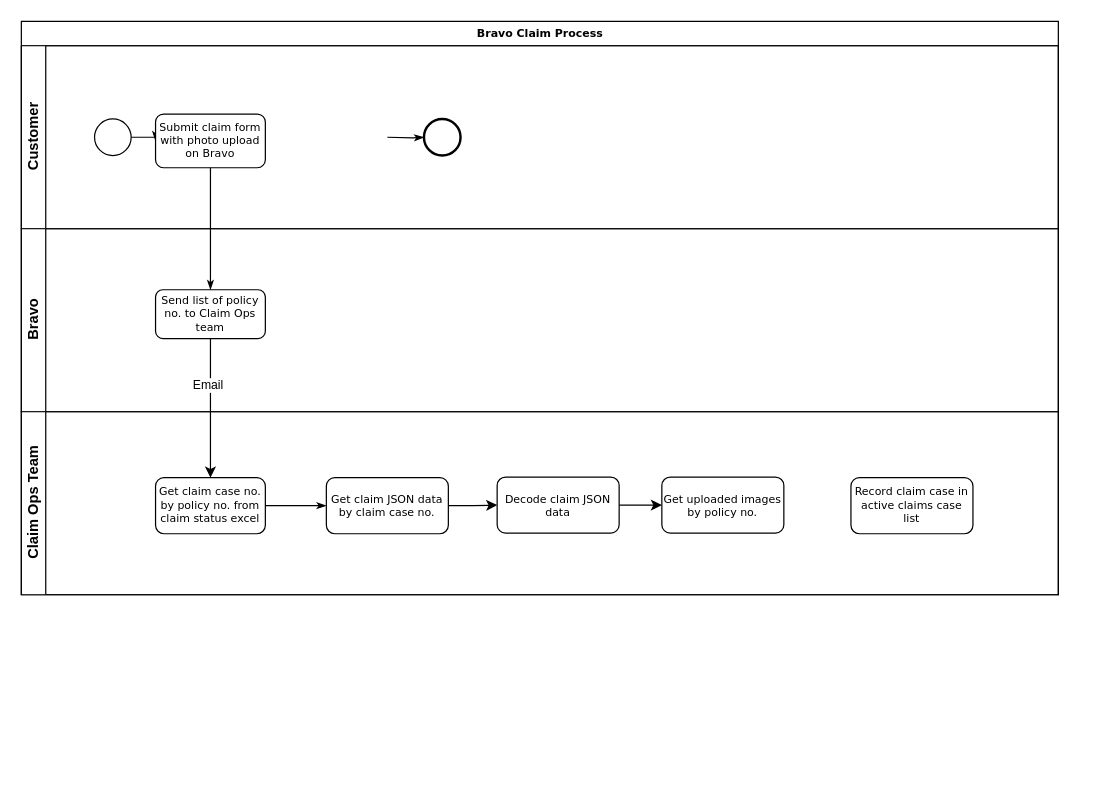
Above: page "Existing" (1 of 2) of Bravo Claim Process.drawio in whalebig27/change-request-process-diagram (draw.io), before the change. Source tidied: cells renumbered, new cells numbered last; positions are measured from the earlier drawing's top-left corner, leaving out a move shared by most shapes. Both pictures are drawn from the tidied source at 122%, with x=0, y=0 at pixel (21, 21).
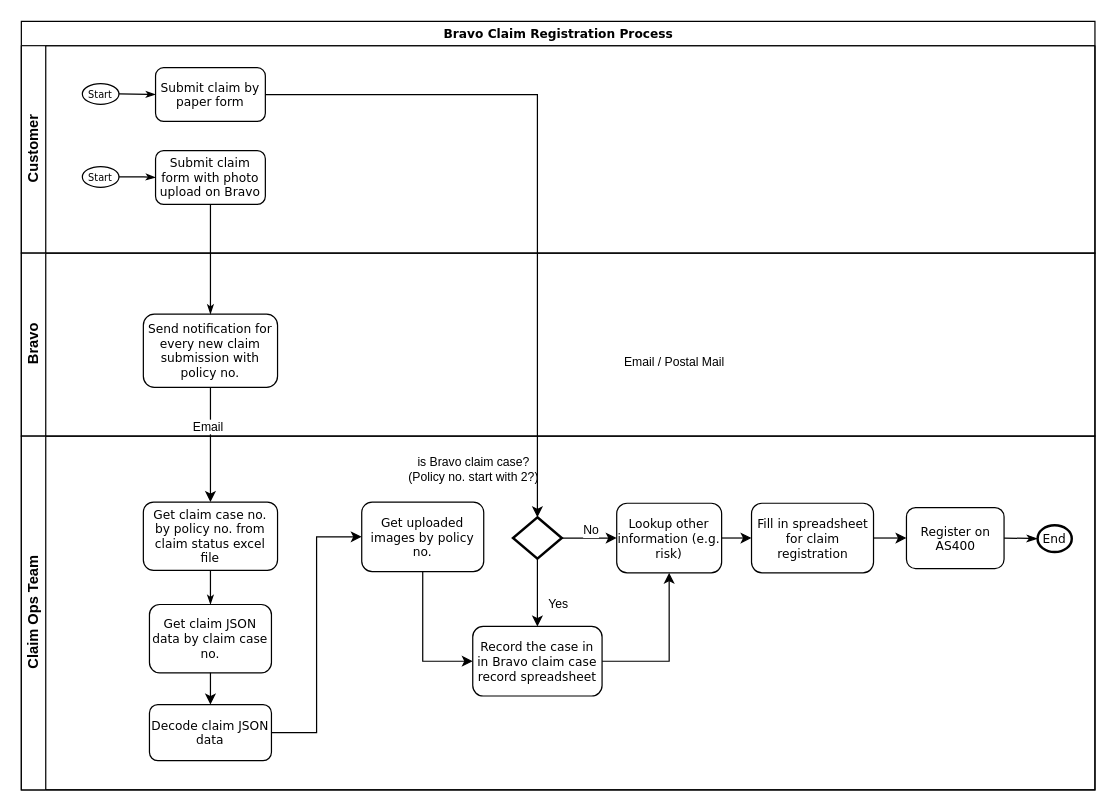
The same page after the edit.

What changed in the source:
```diff
@@
-    <mxCell id="2" value="Bravo Claim Process" style="swimlane;html=1;horizontal=1;startSize=20;rounded=0;shadow=0;labelBackgroundColor=none;strokeColor=#000000;strokeWidth=1;fillColor=#ffffff;fontFamily=Verdana;fontSize=9;fontColor=#000000;align=center;" parent="1" vertex="1">
-      <mxGeometry width="850" height="470" as="geometry" />
+    <mxCell id="2" value="Bravo Claim Registration Process" style="swimlane;html=1;horizontal=1;startSize=20;rounded=0;shadow=0;labelBackgroundColor=none;strokeColor=#000000;strokeWidth=1;fillColor=#ffffff;fontFamily=Verdana;fontSize=10;fontColor=#000000;align=center;" parent="1" vertex="1">
+      <mxGeometry width="880" height="630" as="geometry" />
     </mxCell>
     <mxCell id="3" value="Customer" style="swimlane;html=1;startSize=20;horizontal=0;" parent="2" vertex="1">
-      <mxGeometry y="20" width="850" height="150" as="geometry" />
+      <mxGeometry y="20" width="880" height="170" as="geometry" />
     </mxCell>
@@
-    <mxCell id="5" style="ellipse;whiteSpace=wrap;html=1;rounded=0;shadow=0;labelBackgroundColor=none;strokeColor=#000000;strokeWidth=1;fillColor=#ffffff;fontFamily=Verdana;fontSize=8;fontColor=#000000;align=center;" parent="3" vertex="1">
-      <mxGeometry x="60" y="60" width="30" height="30" as="geometry" />
+    <mxCell id="5" value="Start" style="ellipse;whiteSpace=wrap;html=1;rounded=0;shadow=0;labelBackgroundColor=none;strokeColor=#000000;strokeWidth=1;fillColor=#ffffff;fontFamily=Verdana;fontSize=8;fontColor=#000000;align=center;" parent="3" vertex="1">
+      <mxGeometry x="50" y="99" width="30" height="17" as="geometry" />
     </mxCell>
-    <mxCell id="6" value="Submit claim form with photo upload on Bravo" style="rounded=1;whiteSpace=wrap;html=1;shadow=0;labelBackgroundColor=none;strokeColor=#000000;strokeWidth=1;fillColor=#ffffff;fontFamily=Verdana;fontSize=9;fontColor=#000000;align=center;" parent="3" vertex="1">
-      <mxGeometry x="110" y="56" width="90" height="44" as="geometry" />
+    <mxCell id="6" value="Submit claim form with photo upload on Bravo" style="rounded=1;whiteSpace=wrap;html=1;shadow=0;labelBackgroundColor=none;strokeColor=#000000;strokeWidth=1;fillColor=#ffffff;fontFamily=Verdana;fontSize=10;fontColor=#000000;align=center;" parent="3" vertex="1">
+      <mxGeometry x="110" y="86" width="90" height="44" as="geometry" />
     </mxCell>
-    <mxCell id="7" style="edgeStyle=orthogonalEdgeStyle;rounded=0;html=1;labelBackgroundColor=none;startArrow=none;startFill=0;startSize=5;endArrow=classicThin;endFill=1;endSize=5;jettySize=auto;strokeColor=#000000;strokeWidth=1;fontFamily=Verdana;fontSize=8;fontColor=#000000;" parent="3" edge="1" target="8">
-      <mxGeometry relative="1" as="geometry">
-        <mxPoint x="300" y="75" as="sourcePoint" />
-      </mxGeometry>
-    </mxCell>
-    <mxCell id="8" style="ellipse;whiteSpace=wrap;html=1;rounded=0;shadow=0;labelBackgroundColor=none;strokeColor=#000000;strokeWidth=2;fillColor=#ffffff;fontFamily=Verdana;fontSize=8;fontColor=#000000;align=center;" parent="3" vertex="1">
-      <mxGeometry x="330" y="60" width="30" height="30" as="geometry" />
-    </mxCell>
+    <mxCell id="23" value="Start" style="ellipse;whiteSpace=wrap;html=1;rounded=0;shadow=0;labelBackgroundColor=none;strokeColor=#000000;strokeWidth=1;fillColor=#ffffff;fontFamily=Verdana;fontSize=8;fontColor=#000000;align=center;" parent="3" vertex="1">
+      <mxGeometry x="50" y="31" width="30" height="17" as="geometry" />
+    </mxCell>
+    <mxCell id="24" value="Submit claim by paper form" style="rounded=1;whiteSpace=wrap;html=1;shadow=0;labelBackgroundColor=none;strokeColor=#000000;strokeWidth=1;fillColor=#ffffff;fontFamily=Verdana;fontSize=10;fontColor=#000000;align=center;" parent="3" vertex="1">
+      <mxGeometry x="110" y="18" width="90" height="44" as="geometry" />
+    </mxCell>
+    <mxCell id="25" style="rounded=0;html=1;labelBackgroundColor=none;startArrow=none;startFill=0;startSize=5;endArrow=classicThin;endFill=1;endSize=5;jettySize=auto;strokeColor=#000000;strokeWidth=1;fontFamily=Verdana;fontSize=8;fontColor=#000000;exitX=1;exitY=0.5;exitDx=0;exitDy=0;entryX=0;entryY=0.5;entryDx=0;entryDy=0;" parent="3" edge="1" source="23" target="24">
+      <mxGeometry relative="1" as="geometry" />
+    </mxCell>
     <mxCell id="9" value="Bravo" style="swimlane;html=1;startSize=20;horizontal=0;" parent="2" vertex="1">
-      <mxGeometry y="170" width="850" height="150" as="geometry" />
+      <mxGeometry y="190" width="880" height="150" as="geometry" />
     </mxCell>
-    <mxCell id="10" value="Send list of policy no. to Claim Ops team" style="rounded=1;whiteSpace=wrap;html=1;shadow=0;labelBackgroundColor=none;strokeColor=#000000;strokeWidth=1;fillColor=#ffffff;fontFamily=Verdana;fontSize=9;fontColor=#000000;align=center;" parent="9" vertex="1">
-      <mxGeometry x="110" y="50" width="90" height="40" as="geometry" />
+    <mxCell id="10" value="Send notification for every new claim submission with policy no." style="rounded=1;whiteSpace=wrap;html=1;shadow=0;labelBackgroundColor=none;strokeColor=#000000;strokeWidth=1;fillColor=#ffffff;fontFamily=Verdana;fontSize=10;fontColor=#000000;align=center;" parent="9" vertex="1">
+      <mxGeometry x="100" y="50" width="110" height="60" as="geometry" />
     </mxCell>
+    <mxCell id="20" style="edgeStyle=orthogonalEdgeStyle;rounded=0;html=1;labelBackgroundColor=none;startArrow=none;startFill=0;startSize=5;endArrow=classicThin;endFill=1;endSize=5;jettySize=auto;strokeColor=#000000;strokeWidth=1;fontFamily=Verdana;fontSize=8;fontColor=#000000;" parent="2" edge="1" source="6" target="10">
+      <mxGeometry relative="1" as="geometry" />
+    </mxCell>
     <mxCell id="11" value="Claim Ops Team" style="swimlane;html=1;startSize=20;horizontal=0;" parent="2" vertex="1">
-      <mxGeometry y="320" width="850" height="150" as="geometry" />
+      <mxGeometry y="340" width="880" height="290" as="geometry" />
     </mxCell>
-    <mxCell id="12" value="Get claim case no. by policy no. from claim status excel" style="rounded=1;whiteSpace=wrap;html=1;shadow=0;labelBackgroundColor=none;strokeColor=#000000;strokeWidth=1;fillColor=#ffffff;fontFamily=Verdana;fontSize=9;fontColor=#000000;align=center;" parent="11" vertex="1">
-      <mxGeometry x="110" y="54" width="90" height="46" as="geometry" />
+    <mxCell id="12" value="Get claim case no. by policy no. from claim status excel file" style="rounded=1;whiteSpace=wrap;html=1;shadow=0;labelBackgroundColor=none;strokeColor=#000000;strokeWidth=1;fillColor=#ffffff;fontFamily=Verdana;fontSize=10;fontColor=#000000;align=center;" parent="11" vertex="1">
+      <mxGeometry x="100" y="54" width="110" height="56" as="geometry" />
     </mxCell>
-    <mxCell id="13" style="edgeStyle=orthogonalEdgeStyle;rounded=0;jettySize=auto;html=1;fontSize=9;" parent="11" edge="1" source="14" target="17">
-      <mxGeometry relative="1" as="geometry" />
-    </mxCell>
-    <mxCell id="14" value="Get claim JSON data by claim case no." style="rounded=1;whiteSpace=wrap;html=1;shadow=0;labelBackgroundColor=none;strokeColor=#000000;strokeWidth=1;fillColor=#ffffff;fontFamily=Verdana;fontSize=9;fontColor=#000000;align=center;" parent="11" vertex="1">
-      <mxGeometry x="250" y="54" width="100" height="46" as="geometry" />
+    <mxCell id="14" value="Get claim JSON data by claim case no." style="rounded=1;whiteSpace=wrap;html=1;shadow=0;labelBackgroundColor=none;strokeColor=#000000;strokeWidth=1;fillColor=#ffffff;fontFamily=Verdana;fontSize=10;fontColor=#000000;align=center;" parent="11" vertex="1">
+      <mxGeometry x="105" y="138" width="100" height="56" as="geometry" />
     </mxCell>
@@
-    <mxCell id="16" style="edgeStyle=orthogonalEdgeStyle;rounded=0;jettySize=auto;html=1;entryX=0;entryY=0.5;entryDx=0;entryDy=0;fontSize=9;" parent="11" edge="1" source="17" target="18">
-      <mxGeometry relative="1" as="geometry" />
-    </mxCell>
-    <mxCell id="17" value="Decode claim JSON data" style="rounded=1;whiteSpace=wrap;html=1;shadow=0;labelBackgroundColor=none;strokeColor=#000000;strokeWidth=1;fillColor=#ffffff;fontFamily=Verdana;fontSize=9;fontColor=#000000;align=center;" parent="11" vertex="1">
-      <mxGeometry x="390" y="53.5" width="100" height="46" as="geometry" />
-    </mxCell>
+    <mxCell id="26" style="rounded=0;jettySize=auto;html=1;entryX=0;entryY=0.5;entryDx=0;entryDy=0;fontSize=9;exitX=1;exitY=0.5;exitDx=0;exitDy=0;" parent="11" edge="1" source="29" target="31">
+      <mxGeometry relative="1" as="geometry" />
+    </mxCell>
+    <mxCell id="27" style="edgeStyle=orthogonalEdgeStyle;rounded=0;jettySize=auto;html=1;entryX=0;entryY=0.5;entryDx=0;entryDy=0;fontSize=10;" parent="11" edge="1" source="18" target="37">
+      <mxGeometry relative="1" as="geometry" />
+    </mxCell>
-    <mxCell id="18" value="Get uploaded images by policy no." style="rounded=1;whiteSpace=wrap;html=1;shadow=0;labelBackgroundColor=none;strokeColor=#000000;strokeWidth=1;fillColor=#ffffff;fontFamily=Verdana;fontSize=9;fontColor=#000000;align=center;" parent="11" vertex="1">
-      <mxGeometry x="525" y="53.5" width="100" height="46" as="geometry" />
+    <mxCell id="18" value="Get uploaded images by policy no." style="rounded=1;whiteSpace=wrap;html=1;shadow=0;labelBackgroundColor=none;strokeColor=#000000;strokeWidth=1;fillColor=#ffffff;fontFamily=Verdana;fontSize=10;fontColor=#000000;align=center;" parent="11" vertex="1">
+      <mxGeometry x="279" y="54" width="100" height="57" as="geometry" />
     </mxCell>
-    <mxCell id="19" value="Record claim case in active claims case list" style="rounded=1;whiteSpace=wrap;html=1;shadow=0;labelBackgroundColor=none;strokeColor=#000000;strokeWidth=1;fillColor=#ffffff;fontFamily=Verdana;fontSize=9;fontColor=#000000;align=center;" parent="11" vertex="1">
-      <mxGeometry x="680" y="54" width="100" height="46" as="geometry" />
-    </mxCell>
-    <mxCell id="20" style="edgeStyle=orthogonalEdgeStyle;rounded=0;html=1;labelBackgroundColor=none;startArrow=none;startFill=0;startSize=5;endArrow=classicThin;endFill=1;endSize=5;jettySize=auto;strokeColor=#000000;strokeWidth=1;fontFamily=Verdana;fontSize=8;fontColor=#000000;" parent="2" edge="1" source="6" target="10">
-      <mxGeometry relative="1" as="geometry" />
-    </mxCell>
+    <mxCell id="28" value="Register on AS400" style="rounded=1;whiteSpace=wrap;html=1;shadow=0;labelBackgroundColor=none;strokeColor=#000000;strokeWidth=1;fillColor=#ffffff;fontFamily=Verdana;fontSize=10;fontColor=#000000;align=center;" parent="11" vertex="1">
+      <mxGeometry x="725.5" y="58.5" width="80" height="50" as="geometry" />
+    </mxCell>
+    <mxCell id="29" value="Lookup other information (e.g. risk)" style="rounded=1;whiteSpace=wrap;html=1;shadow=0;labelBackgroundColor=none;strokeColor=#000000;strokeWidth=1;fillColor=#ffffff;fontFamily=Verdana;fontSize=10;fontColor=#000000;align=center;" parent="11" vertex="1">
+      <mxGeometry x="488" y="55" width="86" height="57" as="geometry" />
+    </mxCell>
+    <mxCell id="30" value="No" style="rounded=0;jettySize=auto;html=1;entryX=0;entryY=0.5;entryDx=0;entryDy=0;fontSize=10;exitX=1;exitY=0.5;exitDx=0;exitDy=0;exitPerimeter=0;" parent="11" edge="1" source="35" target="29">
+      <mxGeometry x="0.08" y="8" relative="1" as="geometry">
+        <mxPoint y="1" as="offset" />
+      </mxGeometry>
+    </mxCell>
+    <mxCell id="31" value="Fill in spreadsheet for claim registration" style="rounded=1;whiteSpace=wrap;html=1;shadow=0;labelBackgroundColor=none;strokeColor=#000000;strokeWidth=1;fillColor=#ffffff;fontFamily=Verdana;fontSize=10;fontColor=#000000;align=center;" parent="11" vertex="1">
+      <mxGeometry x="598.5" y="55" width="100" height="57" as="geometry" />
+    </mxCell>
+    <mxCell id="32" style="rounded=0;jettySize=auto;html=1;entryX=0;entryY=0.5;entryDx=0;entryDy=0;fontSize=9;exitX=1;exitY=0.5;exitDx=0;exitDy=0;" parent="11" edge="1" source="31" target="28">
+      <mxGeometry relative="1" as="geometry" />
+    </mxCell>
+    <mxCell id="33" style="edgeStyle=none;rounded=0;jettySize=auto;html=1;entryX=0.5;entryY=0;entryDx=0;entryDy=0;fontSize=10;" parent="11" edge="1" source="35" target="37">
+      <mxGeometry relative="1" as="geometry" />
+    </mxCell>
+    <mxCell id="34" value="Yes" style="text;html=1;align=center;verticalAlign=middle;labelBackgroundColor=#ffffff;fontSize=10;" parent="33" vertex="1">
+      <mxGeometry x="0.6" y="-3" relative="1" as="geometry">
+        <mxPoint x="19" y="-8.5" as="offset" />
+      </mxGeometry>
+    </mxCell>
+    <mxCell id="35" style="strokeWidth=2;html=1;shape=mxgraph.flowchart.decision;whiteSpace=wrap;fontSize=10;" parent="11" vertex="1">
+      <mxGeometry x="403" y="66.5" width="40" height="34" as="geometry" />
+    </mxCell>
+    <mxCell id="36" style="edgeStyle=orthogonalEdgeStyle;rounded=0;jettySize=auto;html=1;fontSize=10;" parent="11" edge="1" source="37" target="29">
+      <mxGeometry relative="1" as="geometry" />
+    </mxCell>
+    <mxCell id="37" value="Record the case in in Bravo claim case record spreadsheet" style="rounded=1;whiteSpace=wrap;html=1;shadow=0;labelBackgroundColor=none;strokeColor=#000000;strokeWidth=1;fillColor=#ffffff;fontFamily=Verdana;fontSize=10;fontColor=#000000;align=center;" parent="11" vertex="1">
+      <mxGeometry x="370" y="156" width="106" height="57" as="geometry" />
+    </mxCell>
+    <mxCell id="38" value="is Bravo claim case? (Policy no. start with 2?)" style="text;html=1;strokeColor=none;fillColor=none;align=center;verticalAlign=middle;whiteSpace=wrap;rounded=0;fontSize=10;" parent="11" vertex="1">
+      <mxGeometry x="315" y="7" width="112" height="40" as="geometry" />
+    </mxCell>
+    <mxCell id="8" value="End" style="ellipse;whiteSpace=wrap;html=1;rounded=0;shadow=0;labelBackgroundColor=none;strokeColor=#000000;strokeWidth=2;fillColor=#ffffff;fontFamily=Verdana;fontSize=10;fontColor=#000000;align=center;" parent="11" vertex="1">
+      <mxGeometry x="833" y="73" width="28" height="22" as="geometry" />
+    </mxCell>
+    <mxCell id="7" style="rounded=0;html=1;labelBackgroundColor=none;startArrow=none;startFill=0;startSize=6;endArrow=classicThin;endFill=1;endSize=6;jettySize=auto;strokeColor=#000000;strokeWidth=1;fontFamily=Verdana;fontSize=8;fontColor=#000000;exitX=1;exitY=0.5;exitDx=0;exitDy=0;" parent="11" edge="1" source="28" target="8">
+      <mxGeometry relative="1" as="geometry" />
+    </mxCell>
@@
+    <mxCell id="39" style="edgeStyle=orthogonalEdgeStyle;rounded=0;jettySize=auto;html=1;entryX=0.5;entryY=0;entryDx=0;entryDy=0;entryPerimeter=0;fontSize=10;" parent="2" edge="1" source="24" target="35">
+      <mxGeometry relative="1" as="geometry" />
+    </mxCell>
+    <mxCell id="40" value="Email / Postal Mail" style="text;html=1;align=center;verticalAlign=middle;labelBackgroundColor=#ffffff;fontSize=10;" parent="39" vertex="1">
+      <mxGeometry x="-0.22" y="-109" relative="1" as="geometry">
+        <mxPoint x="112" y="109" as="offset" />
+      </mxGeometry>
+    </mxCell>
+    <mxCell id="17" value="Decode claim JSON data" style="rounded=1;whiteSpace=wrap;html=1;shadow=0;labelBackgroundColor=none;strokeColor=#000000;strokeWidth=1;fillColor=#ffffff;fontFamily=Verdana;fontSize=10;fontColor=#000000;align=center;" parent="1" vertex="1">
+      <mxGeometry x="105" y="560" width="100" height="46" as="geometry" />
+    </mxCell>
+    <mxCell id="13" style="edgeStyle=orthogonalEdgeStyle;rounded=0;jettySize=auto;html=1;fontSize=9;" parent="1" edge="1" source="14" target="17">
+      <mxGeometry relative="1" as="geometry" />
+    </mxCell>
+    <mxCell id="16" style="edgeStyle=orthogonalEdgeStyle;rounded=0;jettySize=auto;html=1;entryX=0;entryY=0.5;entryDx=0;entryDy=0;fontSize=9;" parent="1" edge="1" source="17" target="18">
+      <mxGeometry relative="1" as="geometry" />
+    </mxCell>
```
